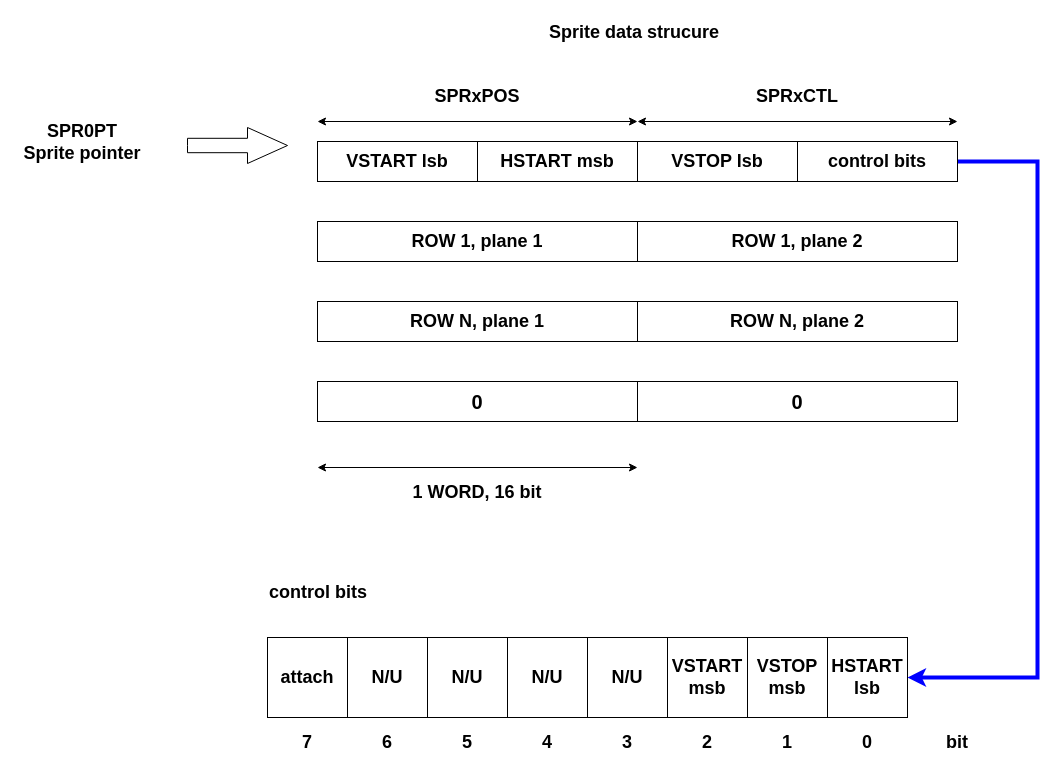
This is page "Pagina-1" (1 of 5) of images/sprites.drawio from stefanocoppi/amiga_game_prog_assembly, a draw.io file, before an edit. Source tidied: cells renumbered, new cells numbered last; positions are measured from the earlier drawing's top-left corner, leaving out a move shared by most shapes. Both pictures are drawn from the tidied source at 100%, with x=0, y=0 at pixel (17, 17).
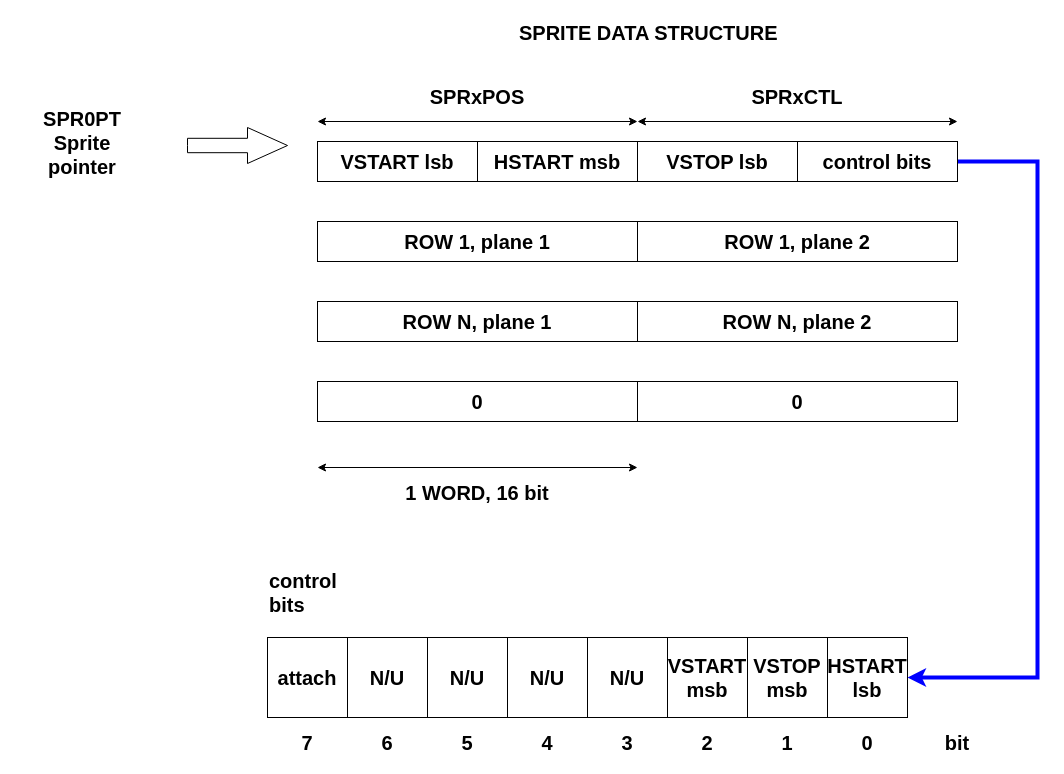
The same diagram, later.

The edit, as a diff of the source:
```diff
@@
-    <mxCell id="2" value="VSTART lsb" style="rounded=0;whiteSpace=wrap;html=1;fontStyle=1;fontSize=18;" parent="1" vertex="1">
+    <mxCell id="2" value="VSTART lsb" style="rounded=0;whiteSpace=wrap;html=1;fontStyle=1;fontSize=20;" parent="1" vertex="1">
       <mxGeometry x="300" y="124" width="160" height="40" as="geometry" />
     </mxCell>
-    <mxCell id="3" value="HSTART msb" style="rounded=0;whiteSpace=wrap;html=1;fontStyle=1;fontSize=18;" parent="1" vertex="1">
+    <mxCell id="3" value="HSTART msb" style="rounded=0;whiteSpace=wrap;html=1;fontStyle=1;fontSize=20;" parent="1" vertex="1">
       <mxGeometry x="460" y="124" width="160" height="40" as="geometry" />
     </mxCell>
-    <mxCell id="4" value="VSTOP lsb" style="rounded=0;whiteSpace=wrap;html=1;fontStyle=1;fontSize=18;" parent="1" vertex="1">
+    <mxCell id="4" value="VSTOP lsb" style="rounded=0;whiteSpace=wrap;html=1;fontStyle=1;fontSize=20;" parent="1" vertex="1">
       <mxGeometry x="620" y="124" width="160" height="40" as="geometry" />
     </mxCell>
-    <mxCell id="5" style="edgeStyle=orthogonalEdgeStyle;rounded=0;jettySize=auto;html=1;entryX=1;entryY=0.5;entryDx=0;entryDy=0;exitX=1;exitY=0.5;exitDx=0;exitDy=0;strokeWidth=4;strokeColor=#0000FF;" parent="1" edge="1" source="6" target="22">
+    <mxCell id="5" style="edgeStyle=orthogonalEdgeStyle;rounded=0;jettySize=auto;html=1;entryX=1;entryY=0.5;entryDx=0;entryDy=0;exitX=1;exitY=0.5;exitDx=0;exitDy=0;strokeWidth=4;strokeColor=#0000FF;fontSize=20;" parent="1" edge="1" source="6" target="22">
       <mxGeometry relative="1" as="geometry">
         <Array as="points">
           <mxPoint x="1020" y="144" />
           <mxPoint x="1020" y="660" />
         </Array>
       </mxGeometry>
     </mxCell>
-    <mxCell id="6" value="control bits" style="rounded=0;whiteSpace=wrap;html=1;fontStyle=1;fontSize=18;" parent="1" vertex="1">
+    <mxCell id="6" value="control bits" style="rounded=0;whiteSpace=wrap;html=1;fontStyle=1;fontSize=20;" parent="1" vertex="1">
       <mxGeometry x="780" y="124" width="160" height="40" as="geometry" />
     </mxCell>
-    <mxCell id="7" value="ROW 1, plane 1" style="rounded=0;whiteSpace=wrap;html=1;fontStyle=1;fontSize=18;" parent="1" vertex="1">
+    <mxCell id="7" value="ROW 1, plane 1" style="rounded=0;whiteSpace=wrap;html=1;fontStyle=1;fontSize=20;" parent="1" vertex="1">
       <mxGeometry x="300" y="204" width="320" height="40" as="geometry" />
     </mxCell>
-    <mxCell id="8" value="ROW 1, plane 2" style="rounded=0;whiteSpace=wrap;html=1;fontStyle=1;fontSize=18;" parent="1" vertex="1">
+    <mxCell id="8" value="ROW 1, plane 2" style="rounded=0;whiteSpace=wrap;html=1;fontStyle=1;fontSize=20;" parent="1" vertex="1">
       <mxGeometry x="620" y="204" width="320" height="40" as="geometry" />
     </mxCell>
-    <mxCell id="9" value="ROW N, plane 1" style="rounded=0;whiteSpace=wrap;html=1;fontStyle=1;fontSize=18;" parent="1" vertex="1">
+    <mxCell id="9" value="ROW N, plane 1" style="rounded=0;whiteSpace=wrap;html=1;fontStyle=1;fontSize=20;" parent="1" vertex="1">
       <mxGeometry x="300" y="284" width="320" height="40" as="geometry" />
     </mxCell>
-    <mxCell id="10" value="ROW N, plane 2" style="rounded=0;whiteSpace=wrap;html=1;fontStyle=1;fontSize=18;" parent="1" vertex="1">
+    <mxCell id="10" value="ROW N, plane 2" style="rounded=0;whiteSpace=wrap;html=1;fontStyle=1;fontSize=20;" parent="1" vertex="1">
       <mxGeometry x="620" y="284" width="320" height="40" as="geometry" />
     </mxCell>
@@
-    <mxCell id="13" style="endArrow=classic;startArrow=classic;html=1;rounded=0;" parent="1" edge="1">
+    <mxCell id="13" style="endArrow=classic;startArrow=classic;html=1;rounded=0;fontSize=20;" parent="1" edge="1">
       <mxGeometry relative="1" as="geometry">
         <mxPoint x="300" y="104" as="sourcePoint" />
         <mxPoint x="620" y="104" as="targetPoint" />
       </mxGeometry>
     </mxCell>
-    <mxCell id="14" value="&lt;b style=&quot;font-size: 18px;&quot;&gt;SPRxPOS&lt;/b&gt;" style="text;html=1;align=center;verticalAlign=middle;whiteSpace=wrap;rounded=0;fontSize=18;" parent="1" vertex="1">
+    <mxCell id="14" value="&lt;b&gt;SPRxPOS&lt;/b&gt;" style="text;html=1;align=center;verticalAlign=middle;whiteSpace=wrap;rounded=0;fontSize=20;" parent="1" vertex="1">
       <mxGeometry x="430" y="64" width="60" height="30" as="geometry" />
     </mxCell>
-    <mxCell id="15" style="endArrow=classic;startArrow=classic;html=1;rounded=0;" parent="1" edge="1">
+    <mxCell id="15" style="endArrow=classic;startArrow=classic;html=1;rounded=0;fontSize=20;" parent="1" edge="1">
       <mxGeometry relative="1" as="geometry">
         <mxPoint x="620" y="104" as="sourcePoint" />
         <mxPoint x="940" y="104" as="targetPoint" />
       </mxGeometry>
     </mxCell>
-    <mxCell id="16" value="&lt;b style=&quot;font-size: 18px;&quot;&gt;SPRxCTL&lt;/b&gt;" style="text;html=1;align=center;verticalAlign=middle;whiteSpace=wrap;rounded=0;fontSize=18;" parent="1" vertex="1">
+    <mxCell id="16" value="&lt;b&gt;SPRxCTL&lt;/b&gt;" style="text;html=1;align=center;verticalAlign=middle;whiteSpace=wrap;rounded=0;fontSize=20;" parent="1" vertex="1">
       <mxGeometry x="750" y="64" width="60" height="30" as="geometry" />
     </mxCell>
-    <mxCell id="17" value="&lt;b&gt;&lt;font style=&quot;font-size: 18px;&quot;&gt;Sprite data strucure&lt;/font&gt;&lt;/b&gt;" style="text;html=1;align=left;verticalAlign=middle;whiteSpace=wrap;rounded=0;" parent="1" vertex="1">
-      <mxGeometry x="530" width="200" height="30" as="geometry" />
+    <mxCell id="17" value="&lt;b&gt;&lt;font&gt;SPRITE DATA STRUCTURE&lt;/font&gt;&lt;/b&gt;" style="text;html=1;align=left;verticalAlign=middle;whiteSpace=wrap;rounded=0;fontSize=20;" parent="1" vertex="1">
+      <mxGeometry x="500" width="300" height="30" as="geometry" />
     </mxCell>
-    <mxCell id="18" style="html=1;shadow=0;dashed=0;align=center;verticalAlign=middle;shape=mxgraph.arrows2.arrow;dy=0.6;dx=40;notch=0;" parent="1" vertex="1">
+    <mxCell id="18" style="html=1;shadow=0;dashed=0;align=center;verticalAlign=middle;shape=mxgraph.arrows2.arrow;dy=0.6;dx=40;notch=0;fontSize=20;" parent="1" vertex="1">
       <mxGeometry x="170" y="110" width="100" height="36" as="geometry" />
     </mxCell>
-    <mxCell id="19" value="&lt;b style=&quot;font-size: 18px;&quot;&gt;&lt;font style=&quot;font-size: 18px;&quot;&gt;SPR0PT&lt;/font&gt;&lt;/b&gt;&lt;div style=&quot;font-size: 18px;&quot;&gt;&lt;b&gt;&lt;font style=&quot;font-size: 18px;&quot;&gt;Sprite pointer&lt;/font&gt;&lt;/b&gt;&lt;/div&gt;" style="text;html=1;align=center;verticalAlign=middle;whiteSpace=wrap;rounded=0;" parent="1" vertex="1">
+    <mxCell id="19" value="&lt;b&gt;&lt;font&gt;SPR0PT&lt;/font&gt;&lt;/b&gt;&lt;div&gt;&lt;b&gt;&lt;font&gt;Sprite pointer&lt;/font&gt;&lt;/b&gt;&lt;/div&gt;" style="text;html=1;align=center;verticalAlign=middle;whiteSpace=wrap;rounded=0;fontSize=20;" parent="1" vertex="1">
       <mxGeometry y="110" width="130" height="30" as="geometry" />
     </mxCell>
-    <mxCell id="20" style="endArrow=classic;startArrow=classic;html=1;rounded=0;" parent="1" edge="1">
+    <mxCell id="20" style="endArrow=classic;startArrow=classic;html=1;rounded=0;fontSize=20;" parent="1" edge="1">
       <mxGeometry relative="1" as="geometry">
         <mxPoint x="300" y="450" as="sourcePoint" />
         <mxPoint x="620" y="450" as="targetPoint" />
       </mxGeometry>
     </mxCell>
-    <mxCell id="21" value="&lt;b&gt;&lt;font style=&quot;font-size: 18px;&quot;&gt;1 WORD, 16 bit&lt;/font&gt;&lt;/b&gt;" style="text;html=1;align=center;verticalAlign=middle;whiteSpace=wrap;rounded=0;" parent="1" vertex="1">
+    <mxCell id="21" value="&lt;b&gt;&lt;font&gt;1 WORD, 16 bit&lt;/font&gt;&lt;/b&gt;" style="text;html=1;align=center;verticalAlign=middle;whiteSpace=wrap;rounded=0;fontSize=20;" parent="1" vertex="1">
       <mxGeometry x="380" y="460" width="160" height="30" as="geometry" />
     </mxCell>
-    <mxCell id="22" value="&lt;b style=&quot;font-size: 18px;&quot;&gt;&lt;font style=&quot;font-size: 18px;&quot;&gt;HSTART&lt;/font&gt;&lt;/b&gt;&lt;div style=&quot;font-size: 18px;&quot;&gt;&lt;b&gt;&lt;font style=&quot;font-size: 18px;&quot;&gt;lsb&lt;/font&gt;&lt;/b&gt;&lt;/div&gt;" style="rounded=0;whiteSpace=wrap;html=1;" parent="1" vertex="1">
+    <mxCell id="22" value="&lt;b&gt;&lt;font&gt;HSTART&lt;/font&gt;&lt;/b&gt;&lt;div&gt;&lt;b&gt;&lt;font&gt;lsb&lt;/font&gt;&lt;/b&gt;&lt;/div&gt;" style="rounded=0;whiteSpace=wrap;html=1;fontSize=20;" parent="1" vertex="1">
       <mxGeometry x="810" y="620" width="80" height="80" as="geometry" />
     </mxCell>
-    <mxCell id="23" value="&lt;span style=&quot;font-size: 18px;&quot;&gt;&lt;b&gt;VSTOP&lt;/b&gt;&lt;/span&gt;&lt;div&gt;&lt;span style=&quot;font-size: 18px;&quot;&gt;&lt;b&gt;msb&lt;/b&gt;&lt;/span&gt;&lt;/div&gt;" style="rounded=0;whiteSpace=wrap;html=1;" parent="1" vertex="1">
+    <mxCell id="23" value="&lt;span&gt;&lt;b&gt;VSTOP&lt;/b&gt;&lt;/span&gt;&lt;div&gt;&lt;span&gt;&lt;b&gt;msb&lt;/b&gt;&lt;/span&gt;&lt;/div&gt;" style="rounded=0;whiteSpace=wrap;html=1;fontSize=20;" parent="1" vertex="1">
       <mxGeometry x="730" y="620" width="80" height="80" as="geometry" />
     </mxCell>
-    <mxCell id="24" value="&lt;span style=&quot;font-size: 18px;&quot;&gt;&lt;b&gt;VSTART&lt;/b&gt;&lt;/span&gt;&lt;div&gt;&lt;span style=&quot;font-size: 18px;&quot;&gt;&lt;b&gt;msb&lt;/b&gt;&lt;/span&gt;&lt;/div&gt;" style="rounded=0;whiteSpace=wrap;html=1;" parent="1" vertex="1">
+    <mxCell id="24" value="&lt;span&gt;&lt;b&gt;VSTART&lt;/b&gt;&lt;/span&gt;&lt;div&gt;&lt;span&gt;&lt;b&gt;msb&lt;/b&gt;&lt;/span&gt;&lt;/div&gt;" style="rounded=0;whiteSpace=wrap;html=1;fontSize=20;" parent="1" vertex="1">
       <mxGeometry x="650" y="620" width="80" height="80" as="geometry" />
     </mxCell>
-    <mxCell id="25" value="&lt;span style=&quot;font-size: 18px;&quot;&gt;&lt;b&gt;N/U&lt;/b&gt;&lt;/span&gt;" style="rounded=0;whiteSpace=wrap;html=1;" parent="1" vertex="1">
+    <mxCell id="25" value="&lt;span&gt;&lt;b&gt;N/U&lt;/b&gt;&lt;/span&gt;" style="rounded=0;whiteSpace=wrap;html=1;fontSize=20;" parent="1" vertex="1">
       <mxGeometry x="570" y="620" width="80" height="80" as="geometry" />
     </mxCell>
-    <mxCell id="26" value="&lt;span style=&quot;font-size: 18px;&quot;&gt;&lt;b&gt;N/U&lt;/b&gt;&lt;/span&gt;" style="rounded=0;whiteSpace=wrap;html=1;" parent="1" vertex="1">
+    <mxCell id="26" value="&lt;span&gt;&lt;b&gt;N/U&lt;/b&gt;&lt;/span&gt;" style="rounded=0;whiteSpace=wrap;html=1;fontSize=20;" parent="1" vertex="1">
       <mxGeometry x="490" y="620" width="80" height="80" as="geometry" />
     </mxCell>
-    <mxCell id="27" value="&lt;span style=&quot;font-size: 18px;&quot;&gt;&lt;b&gt;N/U&lt;/b&gt;&lt;/span&gt;" style="rounded=0;whiteSpace=wrap;html=1;" parent="1" vertex="1">
+    <mxCell id="27" value="&lt;span&gt;&lt;b&gt;N/U&lt;/b&gt;&lt;/span&gt;" style="rounded=0;whiteSpace=wrap;html=1;fontSize=20;" parent="1" vertex="1">
       <mxGeometry x="410" y="620" width="80" height="80" as="geometry" />
     </mxCell>
-    <mxCell id="28" value="&lt;span style=&quot;font-size: 18px;&quot;&gt;&lt;b&gt;N/U&lt;/b&gt;&lt;/span&gt;" style="rounded=0;whiteSpace=wrap;html=1;" parent="1" vertex="1">
+    <mxCell id="28" value="&lt;span&gt;&lt;b&gt;N/U&lt;/b&gt;&lt;/span&gt;" style="rounded=0;whiteSpace=wrap;html=1;fontSize=20;" parent="1" vertex="1">
       <mxGeometry x="330" y="620" width="80" height="80" as="geometry" />
     </mxCell>
-    <mxCell id="29" value="&lt;span style=&quot;font-size: 18px;&quot;&gt;&lt;b&gt;attach&lt;/b&gt;&lt;/span&gt;" style="rounded=0;whiteSpace=wrap;html=1;" parent="1" vertex="1">
+    <mxCell id="29" value="&lt;span&gt;&lt;b&gt;attach&lt;/b&gt;&lt;/span&gt;" style="rounded=0;whiteSpace=wrap;html=1;fontSize=20;" parent="1" vertex="1">
       <mxGeometry x="250" y="620" width="80" height="80" as="geometry" />
     </mxCell>
-    <mxCell id="30" value="0" style="text;html=1;align=center;verticalAlign=middle;whiteSpace=wrap;rounded=0;fontStyle=1;fontSize=18;" parent="1" vertex="1">
+    <mxCell id="30" value="0" style="text;html=1;align=center;verticalAlign=middle;whiteSpace=wrap;rounded=0;fontStyle=1;fontSize=20;" parent="1" vertex="1">
       <mxGeometry x="820" y="710" width="60" height="30" as="geometry" />
     </mxCell>
-    <mxCell id="31" value="1" style="text;html=1;align=center;verticalAlign=middle;whiteSpace=wrap;rounded=0;fontStyle=1;fontSize=18;" parent="1" vertex="1">
+    <mxCell id="31" value="1" style="text;html=1;align=center;verticalAlign=middle;whiteSpace=wrap;rounded=0;fontStyle=1;fontSize=20;" parent="1" vertex="1">
       <mxGeometry x="740" y="710" width="60" height="30" as="geometry" />
     </mxCell>
-    <mxCell id="32" value="2" style="text;html=1;align=center;verticalAlign=middle;whiteSpace=wrap;rounded=0;fontStyle=1;fontSize=18;" parent="1" vertex="1">
+    <mxCell id="32" value="2" style="text;html=1;align=center;verticalAlign=middle;whiteSpace=wrap;rounded=0;fontStyle=1;fontSize=20;" parent="1" vertex="1">
       <mxGeometry x="660" y="710" width="60" height="30" as="geometry" />
     </mxCell>
-    <mxCell id="33" value="3" style="text;html=1;align=center;verticalAlign=middle;whiteSpace=wrap;rounded=0;fontStyle=1;fontSize=18;" parent="1" vertex="1">
+    <mxCell id="33" value="3" style="text;html=1;align=center;verticalAlign=middle;whiteSpace=wrap;rounded=0;fontStyle=1;fontSize=20;" parent="1" vertex="1">
       <mxGeometry x="580" y="710" width="60" height="30" as="geometry" />
     </mxCell>
-    <mxCell id="34" value="4" style="text;html=1;align=center;verticalAlign=middle;whiteSpace=wrap;rounded=0;fontStyle=1;fontSize=18;" parent="1" vertex="1">
+    <mxCell id="34" value="4" style="text;html=1;align=center;verticalAlign=middle;whiteSpace=wrap;rounded=0;fontStyle=1;fontSize=20;" parent="1" vertex="1">
       <mxGeometry x="500" y="710" width="60" height="30" as="geometry" />
     </mxCell>
-    <mxCell id="35" value="5" style="text;html=1;align=center;verticalAlign=middle;whiteSpace=wrap;rounded=0;fontStyle=1;fontSize=18;" parent="1" vertex="1">
+    <mxCell id="35" value="5" style="text;html=1;align=center;verticalAlign=middle;whiteSpace=wrap;rounded=0;fontStyle=1;fontSize=20;" parent="1" vertex="1">
       <mxGeometry x="420" y="710" width="60" height="30" as="geometry" />
     </mxCell>
-    <mxCell id="36" value="6" style="text;html=1;align=center;verticalAlign=middle;whiteSpace=wrap;rounded=0;fontStyle=1;fontSize=18;" parent="1" vertex="1">
+    <mxCell id="36" value="6" style="text;html=1;align=center;verticalAlign=middle;whiteSpace=wrap;rounded=0;fontStyle=1;fontSize=20;" parent="1" vertex="1">
       <mxGeometry x="340" y="710" width="60" height="30" as="geometry" />
     </mxCell>
-    <mxCell id="37" value="7" style="text;html=1;align=center;verticalAlign=middle;whiteSpace=wrap;rounded=0;fontStyle=1;fontSize=18;" parent="1" vertex="1">
+    <mxCell id="37" value="7" style="text;html=1;align=center;verticalAlign=middle;whiteSpace=wrap;rounded=0;fontStyle=1;fontSize=20;" parent="1" vertex="1">
       <mxGeometry x="260" y="710" width="60" height="30" as="geometry" />
     </mxCell>
-    <mxCell id="38" value="&lt;b&gt;&lt;font style=&quot;font-size: 18px;&quot;&gt;bit&lt;/font&gt;&lt;/b&gt;" style="text;html=1;align=center;verticalAlign=middle;whiteSpace=wrap;rounded=0;" parent="1" vertex="1">
+    <mxCell id="38" value="&lt;b&gt;&lt;font&gt;bit&lt;/font&gt;&lt;/b&gt;" style="text;html=1;align=center;verticalAlign=middle;whiteSpace=wrap;rounded=0;fontSize=20;" parent="1" vertex="1">
       <mxGeometry x="910" y="710" width="60" height="30" as="geometry" />
     </mxCell>
-    <mxCell id="39" value="&lt;b&gt;&lt;font style=&quot;font-size: 18px;&quot;&gt;control bits&lt;/font&gt;&lt;/b&gt;" style="text;html=1;align=left;verticalAlign=middle;whiteSpace=wrap;rounded=0;" parent="1" vertex="1">
+    <mxCell id="39" value="&lt;b&gt;&lt;font&gt;control bits&lt;/font&gt;&lt;/b&gt;" style="text;html=1;align=left;verticalAlign=middle;whiteSpace=wrap;rounded=0;fontSize=20;" parent="1" vertex="1">
       <mxGeometry x="250" y="560" width="110" height="30" as="geometry" />
     </mxCell>
```
